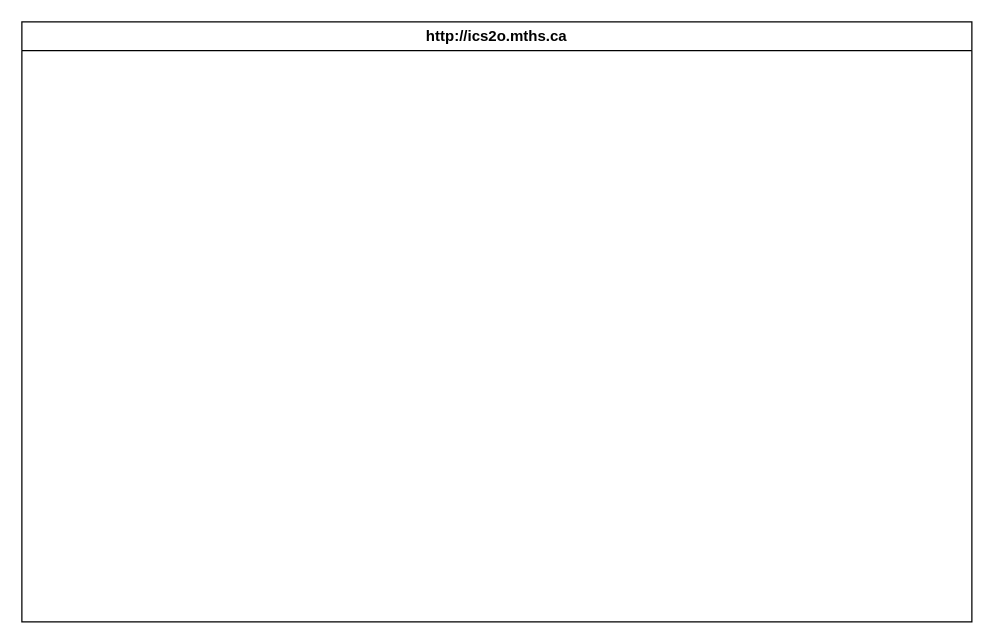
MTHS-ICD2O-1-2024/ICD2O-Unit-3-01-lynn-lukose-07 keeps this draw.io diagram as design/storyboard.drawio. Above is the earlier version. Source tidied: cells renumbered, new cells numbered last; positions are measured from the earlier drawing's top-left corner, leaving out a move shared by most shapes. Both pictures are drawn from the tidied source at 125%, with x=0, y=0 at pixel (21, 21).
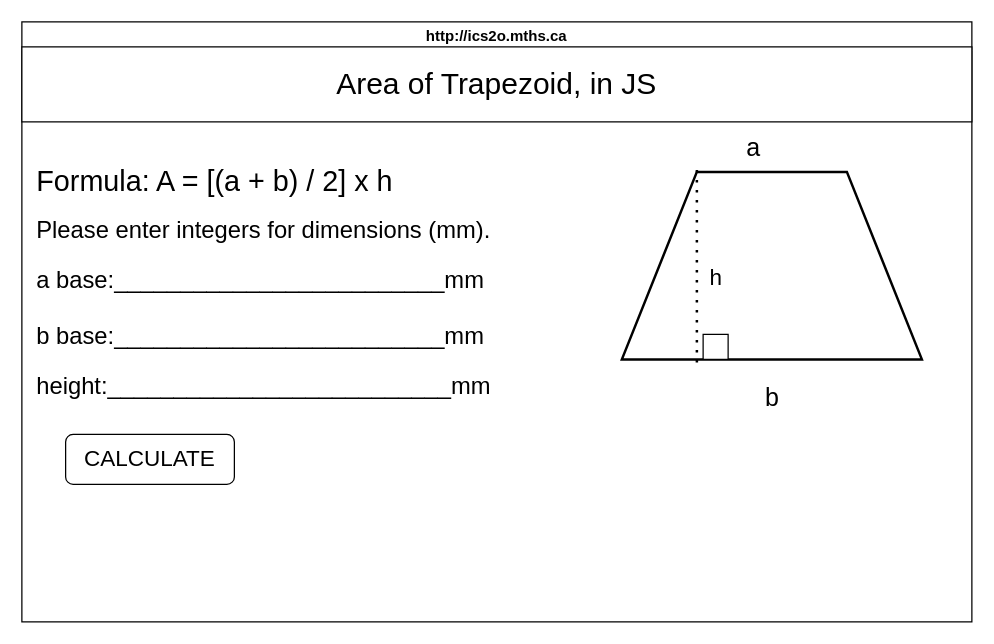
Above is the later version.

Change to the diagram source:
```diff
@@
 <mxGraphModel>
   <root>
     <mxCell id="0" />
     <mxCell id="1" parent="0" />
     <mxCell id="2" value="http://ics2o.mths.ca" style="swimlane;whiteSpace=wrap;html=1;" parent="1" vertex="1">
       <mxGeometry width="760" height="480" as="geometry" />
     </mxCell>
+    <mxCell id="3" value="&lt;font style=&quot;font-size: 24px;&quot;&gt;Area of Trapezoid, in JS&lt;/font&gt;" style="rounded=0;whiteSpace=wrap;html=1;" parent="2" vertex="1">
+      <mxGeometry y="20" width="760" height="60" as="geometry" />
+    </mxCell>
+    <mxCell id="4" value="Formula: A = [(a + b) / 2] x h" style="text;align=left;verticalAlign=middle;strokeColor=none;fillColor=none;fontSize=23;" parent="2" vertex="1">
+      <mxGeometry x="10" y="105" width="310" height="40" as="geometry" />
+    </mxCell>
+    <mxCell id="5" value="Please enter integers for dimensions (mm)." style="text;align=left;verticalAlign=middle;strokeColor=none;fillColor=none;fontSize=19;labelBackgroundColor=none;" parent="2" vertex="1">
+      <mxGeometry x="10" y="145" width="390" height="40" as="geometry" />
+    </mxCell>
+    <mxCell id="6" value="b base:_________________________mm" style="text;align=left;verticalAlign=middle;strokeColor=none;fillColor=none;fontSize=19;labelBackgroundColor=none;" parent="2" vertex="1">
+      <mxGeometry x="10" y="230" width="390" height="40" as="geometry" />
+    </mxCell>
+    <mxCell id="7" value="a base:_________________________mm" style="text;align=left;verticalAlign=middle;strokeColor=none;fillColor=none;fontSize=19;labelBackgroundColor=none;" parent="2" vertex="1">
+      <mxGeometry x="10" y="185" width="390" height="40" as="geometry" />
+    </mxCell>
+    <mxCell id="8" value="height:__________________________mm" style="text;align=left;verticalAlign=middle;strokeColor=none;fillColor=none;fontSize=19;labelBackgroundColor=none;" parent="2" vertex="1">
+      <mxGeometry x="10" y="270" width="400" height="40" as="geometry" />
+    </mxCell>
+    <mxCell id="9" style="shape=trapezoid;perimeter=trapezoidPerimeter;whiteSpace=wrap;html=1;fixedSize=1;size=60.00000000000023;strokeWidth=2;" parent="2" vertex="1">
+      <mxGeometry x="480" y="120" width="240" height="150" as="geometry" />
+    </mxCell>
+    <mxCell id="10" style="endArrow=none;dashed=1;html=1;dashPattern=1 3;strokeWidth=2;" parent="2" edge="1">
+      <mxGeometry relative="1" as="geometry">
+        <mxPoint x="540" y="272.5" as="sourcePoint" />
+        <mxPoint x="540" y="117.5" as="targetPoint" />
+      </mxGeometry>
+    </mxCell>
+    <mxCell id="11" value="&lt;font style=&quot;font-size: 18px;&quot;&gt;h&lt;/font&gt;" style="text;html=1;align=center;verticalAlign=middle;strokeColor=none;fillColor=none;" parent="2" vertex="1">
+      <mxGeometry x="540" y="185" width="30" height="40" as="geometry" />
+    </mxCell>
+    <mxCell id="12" style="whiteSpace=wrap;html=1;" parent="2" vertex="1">
+      <mxGeometry x="545" y="250" width="20" height="20" as="geometry" />
+    </mxCell>
+    <mxCell id="13" value="&lt;font style=&quot;font-size: 20px;&quot;&gt;a&lt;/font&gt;" style="text;html=1;align=center;verticalAlign=middle;strokeColor=none;fillColor=none;" parent="2" vertex="1">
+      <mxGeometry x="570" y="80" width="30" height="40" as="geometry" />
+    </mxCell>
+    <mxCell id="14" value="&lt;span style=&quot;font-size: 20px;&quot;&gt;b&lt;/span&gt;" style="text;html=1;align=center;verticalAlign=middle;strokeColor=none;fillColor=none;" parent="2" vertex="1">
+      <mxGeometry x="585" y="280" width="30" height="40" as="geometry" />
+    </mxCell>
+    <mxCell id="15" value="&lt;font style=&quot;font-size: 18px;&quot;&gt;CALCULATE&lt;/font&gt;" style="rounded=1;whiteSpace=wrap;html=1;" parent="2" vertex="1">
+      <mxGeometry x="35" y="330" width="135" height="40" as="geometry" />
+    </mxCell>
   </root>
 </mxGraphModel>
```
